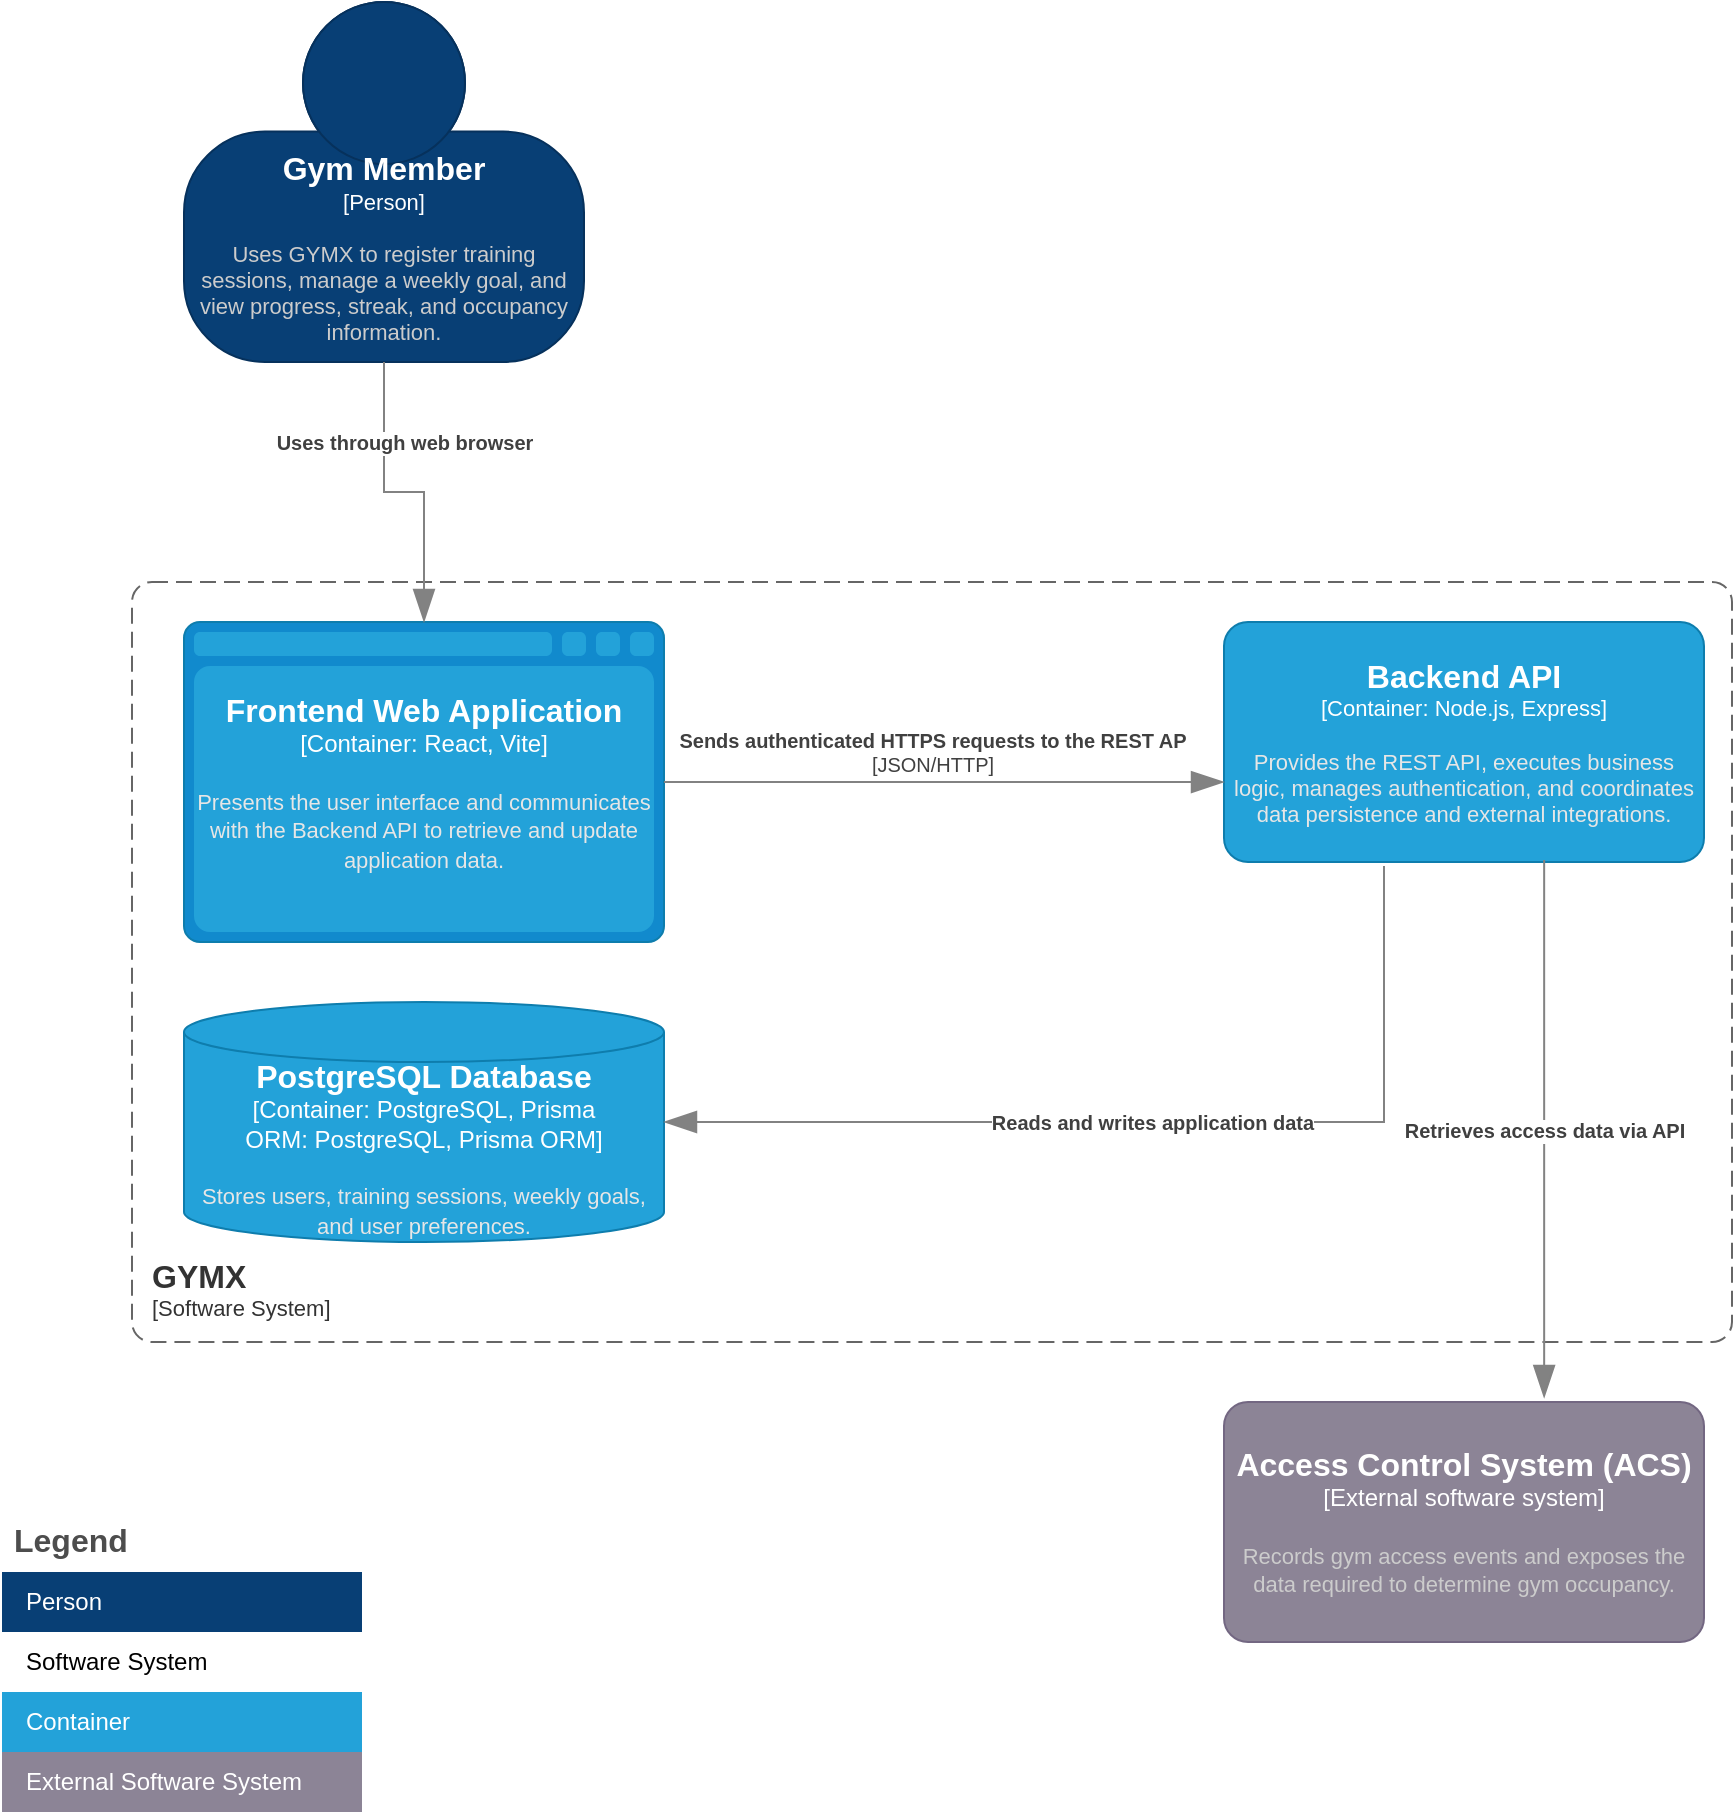
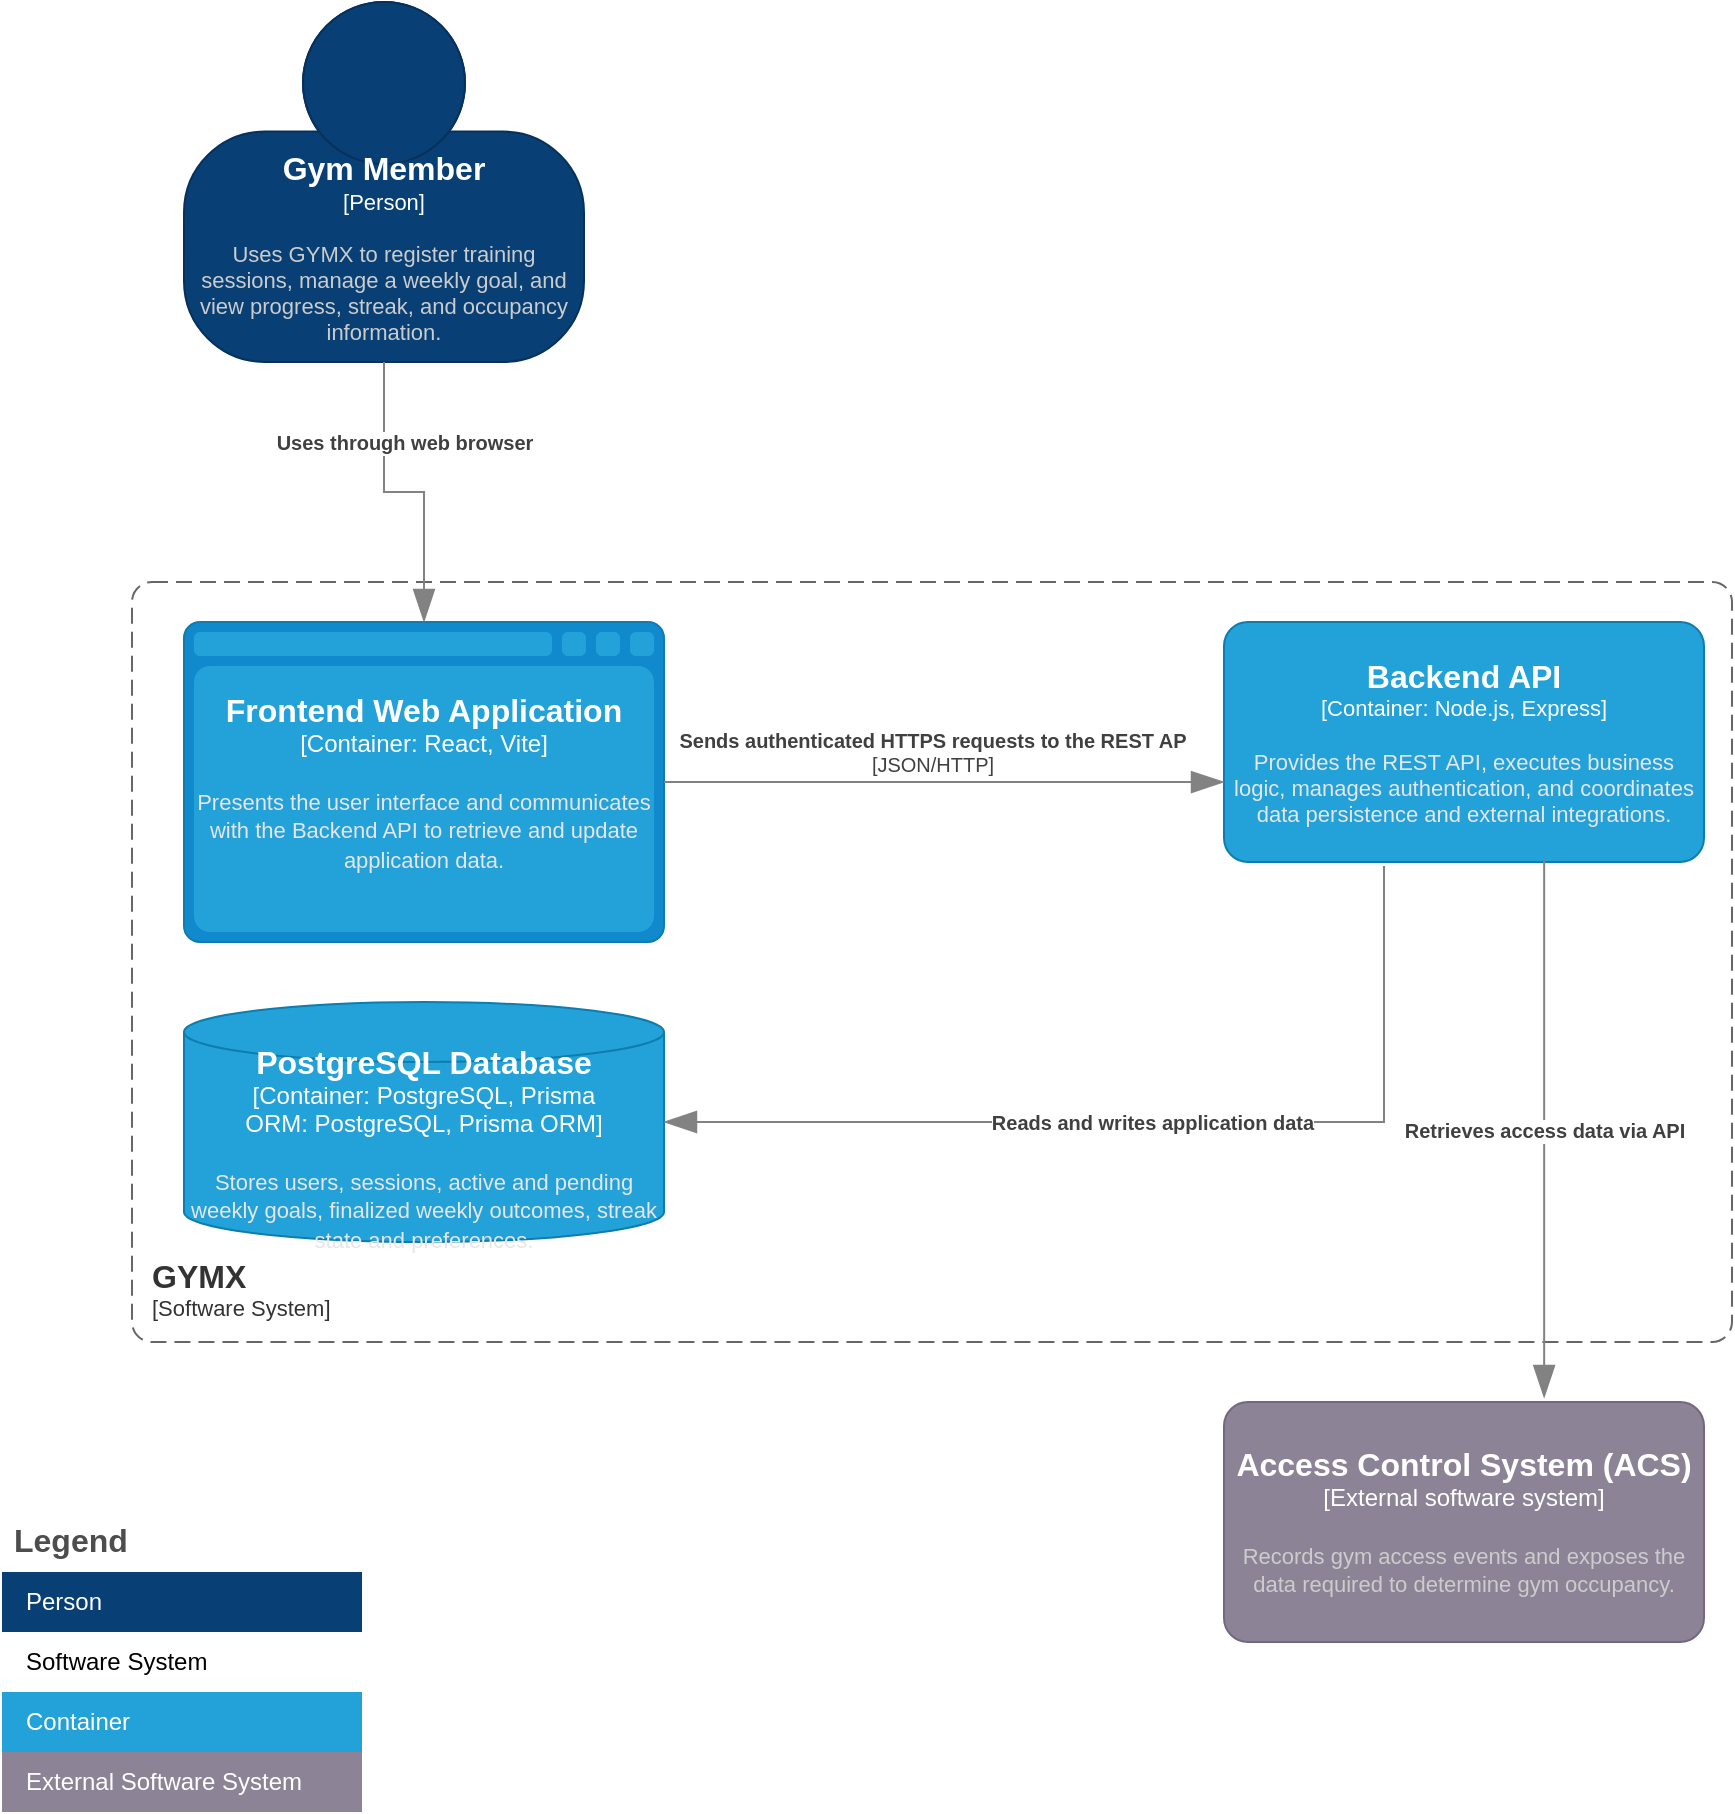
<mxfile host="app.diagrams.net">
  <diagram name="Page-1" id="XKWONsdx8lo_wznXeViM">
    <mxGraphModel dx="1230" dy="646" grid="1" gridSize="10" guides="1" tooltips="1" connect="1" arrows="1" fold="1" page="1" pageScale="1" pageWidth="250" pageHeight="250" math="0" shadow="0">
      <root>
        <mxCell id="0" />
        <mxCell id="1" parent="0" />
        <object placeholders="1" c4Name="Gym Member" c4Type="Person" c4Description="Uses GYMX to register training sessions, manage a weekly goal, and view progress, streak, and occupancy information." label="&lt;font style=&quot;font-size: 16px&quot;&gt;&lt;b&gt;%c4Name%&lt;/b&gt;&lt;/font&gt;&lt;div&gt;[%c4Type%]&lt;/div&gt;&lt;br&gt;&lt;div&gt;&lt;font style=&quot;font-size: 11px&quot;&gt;&lt;font color=&quot;#cccccc&quot;&gt;%c4Description%&lt;/font&gt;&lt;/div&gt;" id="qozkTbubKuyRoNpJqp4n-1">
          <mxCell parent="1" style="html=1;fontSize=11;dashed=0;whiteSpace=wrap;fillColor=#083F75;strokeColor=#06315C;fontColor=#ffffff;shape=mxgraph.c4.person2;align=center;metaEdit=1;points=[[0.5,0,0],[1,0.5,0],[1,0.75,0],[0.75,1,0],[0.5,1,0],[0.25,1,0],[0,0.75,0],[0,0.5,0]];resizable=0;" vertex="1">
            <mxGeometry height="180" width="200" x="126" y="55" as="geometry" />
          </mxCell>
        </object>
        <object placeholders="1" c4Name="GYMX" c4Type="SystemScopeBoundary" c4Application="Software System" label="&lt;font style=&quot;font-size: 16px&quot;&gt;&lt;b&gt;&lt;div style=&quot;text-align: left&quot;&gt;%c4Name%&lt;/div&gt;&lt;/b&gt;&lt;/font&gt;&lt;div style=&quot;text-align: left&quot;&gt;[%c4Application%]&lt;/div&gt;" id="qozkTbubKuyRoNpJqp4n-2">
          <mxCell parent="1" style="rounded=1;fontSize=11;whiteSpace=wrap;html=1;dashed=1;arcSize=20;fillColor=#FFFFFF;strokeColor=#666666;fontColor=#333333;labelBackgroundColor=none;align=left;verticalAlign=bottom;labelBorderColor=none;spacingTop=0;spacing=10;dashPattern=8 4;metaEdit=1;rotatable=0;perimeter=rectanglePerimeter;noLabel=0;labelPadding=0;allowArrows=0;connectable=0;expand=0;recursiveResize=0;editable=1;pointerEvents=0;absoluteArcSize=1;points=[[0.25,0,0],[0.5,0,0],[0.75,0,0],[1,0.25,0],[1,0.5,0],[1,0.75,0],[0.75,1,0],[0.5,1,0],[0.25,1,0],[0,0.75,0],[0,0.5,0],[0,0.25,0]];" vertex="1">
            <mxGeometry height="380" width="800" x="100" y="345" as="geometry" />
          </mxCell>
        </object>
        <object placeholders="1" c4Name="Frontend Web Application" c4Type="Container" c4Technology="React, Vite" c4Description="Presents the user interface and communicates with the Backend API to retrieve and update application data." label="&lt;font style=&quot;font-size: 16px&quot;&gt;&lt;b&gt;%c4Name%&lt;/b&gt;&lt;/font&gt;&lt;div&gt;[%c4Type%:&amp;nbsp;%c4Technology%]&lt;/div&gt;&lt;br&gt;&lt;div&gt;&lt;font style=&quot;font-size: 11px&quot;&gt;&lt;font color=&quot;#E6E6E6&quot;&gt;%c4Description%&lt;/font&gt;&lt;/div&gt;" id="qozkTbubKuyRoNpJqp4n-3">
          <mxCell parent="1" style="shape=mxgraph.c4.webBrowserContainer2;whiteSpace=wrap;html=1;boundedLbl=1;rounded=0;labelBackgroundColor=none;strokeColor=#118ACD;fillColor=#23A2D9;strokeColor=#118ACD;strokeColor2=#0E7DAD;fontSize=12;fontColor=#ffffff;align=center;metaEdit=1;points=[[0.5,0,0],[1,0.25,0],[1,0.5,0],[1,0.75,0],[0.5,1,0],[0,0.75,0],[0,0.5,0],[0,0.25,0]];resizable=0;" vertex="1">
            <mxGeometry height="160" width="240" x="126" y="365" as="geometry" />
          </mxCell>
        </object>
        <object c4Name="Backend API" c4Type="Container" c4Technology="Node.js, Express" c4Description="Provides the REST API, executes business logic, manages authentication, and coordinates data persistence and external integrations." label="&lt;font style=&quot;font-size: 16px&quot;&gt;&lt;b&gt;%c4Name%&lt;/b&gt;&lt;/font&gt;&lt;div&gt;[%c4Type%: %c4Technology%]&lt;/div&gt;&lt;br&gt;&lt;div&gt;&lt;font style=&quot;font-size: 11px&quot;&gt;&lt;font color=&quot;#E6E6E6&quot;&gt;%c4Description%&lt;/font&gt;&lt;/div&gt;" placeholders="1" id="qozkTbubKuyRoNpJqp4n-4">
          <mxCell parent="1" style="rounded=1;whiteSpace=wrap;html=1;fontSize=11;labelBackgroundColor=none;fillColor=#23A2D9;fontColor=#ffffff;align=center;arcSize=10;strokeColor=#0E7DAD;metaEdit=1;resizable=0;points=[[0.25,0,0],[0.5,0,0],[0.75,0,0],[1,0.25,0],[1,0.5,0],[1,0.75,0],[0.75,1,0],[0.5,1,0],[0.25,1,0],[0,0.75,0],[0,0.5,0],[0,0.25,0]];" vertex="1">
            <mxGeometry height="120" width="240" x="646" y="365" as="geometry" />
          </mxCell>
        </object>
-         <object placeholders="1" c4Name="PostgreSQL Database" c4Type="Container: PostgreSQL, Prisma ORM" c4Technology="PostgreSQL, Prisma ORM" c4Description="Stores users, training sessions, weekly goals, and user preferences." label="&lt;font style=&quot;font-size: 16px&quot;&gt;&lt;b&gt;%c4Name%&lt;/b&gt;&lt;/font&gt;&lt;div&gt;[%c4Type%:&amp;nbsp;%c4Technology%]&lt;/div&gt;&lt;br&gt;&lt;div&gt;&lt;font style=&quot;font-size: 11px&quot;&gt;&lt;font color=&quot;#E6E6E6&quot;&gt;%c4Description%&lt;/font&gt;&lt;/div&gt;" id="qozkTbubKuyRoNpJqp4n-5">
+         <object placeholders="1" c4Name="PostgreSQL Database" c4Type="Container: PostgreSQL, Prisma ORM" c4Technology="PostgreSQL, Prisma ORM" c4Description="Stores users, sessions, active and pending weekly goals, finalized weekly outcomes, streak state and preferences." label="&lt;font style=&quot;font-size: 16px&quot;&gt;&lt;b&gt;%c4Name%&lt;/b&gt;&lt;/font&gt;&lt;div&gt;[%c4Type%:&amp;nbsp;%c4Technology%]&lt;/div&gt;&lt;br&gt;&lt;div&gt;&lt;font style=&quot;font-size: 11px&quot;&gt;&lt;font color=&quot;#E6E6E6&quot;&gt;%c4Description%&lt;/font&gt;&lt;/div&gt;" id="qozkTbubKuyRoNpJqp4n-5">
          <mxCell parent="1" style="shape=cylinder3;size=15;whiteSpace=wrap;html=1;boundedLbl=1;rounded=0;labelBackgroundColor=none;fillColor=#23A2D9;fontSize=12;fontColor=#ffffff;align=center;strokeColor=#0E7DAD;metaEdit=1;points=[[0.5,0,0],[1,0.25,0],[1,0.5,0],[1,0.75,0],[0.5,1,0],[0,0.75,0],[0,0.5,0],[0,0.25,0]];resizable=0;" vertex="1">
            <mxGeometry height="120" width="240" x="126" y="555" as="geometry" />
          </mxCell>
        </object>
        <object placeholders="1" c4Type="Relationship" c4Technology="JSON/HTTP" c4Description="Sends authenticated HTTPS requests to the REST AP" label="&lt;div style=&quot;text-align: left&quot;&gt;&lt;div style=&quot;text-align: center&quot;&gt;&lt;b&gt;%c4Description%&lt;/b&gt;&lt;/div&gt;&lt;div style=&quot;text-align: center&quot;&gt;[%c4Technology%]&lt;/div&gt;&lt;/div&gt;" id="qozkTbubKuyRoNpJqp4n-8">
          <mxCell edge="1" parent="1" source="qozkTbubKuyRoNpJqp4n-3" style="endArrow=blockThin;html=1;fontSize=10;fontColor=#404040;strokeWidth=1;endFill=1;strokeColor=#828282;elbow=vertical;metaEdit=1;endSize=14;startSize=14;jumpStyle=arc;jumpSize=16;rounded=0;edgeStyle=orthogonalEdgeStyle;exitX=1;exitY=0.5;exitDx=0;exitDy=0;exitPerimeter=0;">
            <mxGeometry relative="1" width="240" x="-0.0429" y="15" as="geometry">
              <mxPoint as="offset" />
              <mxPoint x="376" y="505" as="sourcePoint" />
              <mxPoint x="646" y="445.04" as="targetPoint" />
            </mxGeometry>
          </mxCell>
        </object>
        <object placeholders="1" c4Type="Relationship" c4Description="Uses through web browser" label="&lt;div style=&quot;text-align: left&quot;&gt;&lt;div style=&quot;text-align: center&quot;&gt;&lt;b&gt;%c4Description%&lt;/b&gt;&lt;/div&gt;" id="qozkTbubKuyRoNpJqp4n-10">
          <mxCell edge="1" parent="1" source="qozkTbubKuyRoNpJqp4n-1" style="endArrow=blockThin;html=1;fontSize=10;fontColor=#404040;strokeWidth=1;endFill=1;strokeColor=#828282;elbow=vertical;metaEdit=1;endSize=14;startSize=14;jumpStyle=arc;jumpSize=16;rounded=0;edgeStyle=orthogonalEdgeStyle;exitX=0.5;exitY=1;exitDx=0;exitDy=0;exitPerimeter=0;entryX=0.5;entryY=0;entryDx=0;entryDy=0;entryPerimeter=0;" target="qozkTbubKuyRoNpJqp4n-3">
            <mxGeometry relative="1" width="240" x="-0.4667" y="10" as="geometry">
              <mxPoint as="offset" />
              <Array as="points" />
              <mxPoint x="376" y="315" as="sourcePoint" />
              <mxPoint x="286.08000000000004" y="365" as="targetPoint" />
            </mxGeometry>
          </mxCell>
        </object>
        <object placeholders="1" c4Type="Relationship" c4Description="Reads and writes application data" label="&lt;div style=&quot;text-align: left&quot;&gt;&lt;div style=&quot;text-align: center&quot;&gt;&lt;b&gt;%c4Description%&lt;/b&gt;&lt;/div&gt;" id="qozkTbubKuyRoNpJqp4n-13">
          <mxCell edge="1" parent="1" style="endArrow=blockThin;html=1;fontSize=10;fontColor=#404040;strokeWidth=1;endFill=1;strokeColor=#828282;elbow=vertical;metaEdit=1;endSize=14;startSize=14;jumpStyle=arc;jumpSize=16;rounded=0;edgeStyle=orthogonalEdgeStyle;entryX=1;entryY=0.5;entryDx=0;entryDy=0;entryPerimeter=0;" target="qozkTbubKuyRoNpJqp4n-5">
            <mxGeometry relative="1" width="240" x="0.0015" as="geometry">
              <mxPoint as="offset" />
              <Array as="points">
                <mxPoint x="726" y="615" />
              </Array>
              <mxPoint x="726" y="487" as="sourcePoint" />
              <mxPoint x="616" y="505" as="targetPoint" />
            </mxGeometry>
          </mxCell>
        </object>
        <object placeholders="1" c4Name="Access Control System (ACS)" c4Type="External software system" c4Description="Records gym access events and exposes the data required to determine gym occupancy." label="&lt;font style=&quot;font-size: 16px&quot;&gt;&lt;b&gt;%c4Name%&lt;/b&gt;&lt;/font&gt;&lt;div&gt;[%c4Type%]&lt;/div&gt;&lt;br&gt;&lt;div&gt;&lt;font style=&quot;font-size: 11px&quot;&gt;&lt;font color=&quot;#cccccc&quot;&gt;%c4Description%&lt;/font&gt;&lt;/div&gt;" id="qozkTbubKuyRoNpJqp4n-14">
          <mxCell parent="1" style="rounded=1;whiteSpace=wrap;html=1;labelBackgroundColor=none;fillColor=#8C8496;fontColor=#ffffff;align=center;arcSize=10;strokeColor=#736782;metaEdit=1;resizable=0;points=[[0.25,0,0],[0.5,0,0],[0.75,0,0],[1,0.25,0],[1,0.5,0],[1,0.75,0],[0.75,1,0],[0.5,1,0],[0.25,1,0],[0,0.75,0],[0,0.5,0],[0,0.25,0]];" vertex="1">
            <mxGeometry height="120" width="240" x="646" y="755" as="geometry" />
          </mxCell>
        </object>
        <object placeholders="1" c4Type="Relationship" c4Description="Retrieves access data via API" label="&lt;div style=&quot;text-align: left&quot;&gt;&lt;div style=&quot;text-align: center&quot;&gt;&lt;b&gt;%c4Description%&lt;/b&gt;&lt;/div&gt;" id="qozkTbubKuyRoNpJqp4n-15">
          <mxCell edge="1" parent="1" source="qozkTbubKuyRoNpJqp4n-4" style="endArrow=blockThin;html=1;fontSize=10;fontColor=#404040;strokeWidth=1;endFill=1;strokeColor=#828282;elbow=vertical;metaEdit=1;endSize=14;startSize=14;jumpStyle=arc;jumpSize=16;rounded=0;edgeStyle=orthogonalEdgeStyle;exitX=0.667;exitY=0.992;exitDx=0;exitDy=0;exitPerimeter=0;entryX=0.667;entryY=-0.017;entryDx=0;entryDy=0;entryPerimeter=0;" target="qozkTbubKuyRoNpJqp4n-14">
            <mxGeometry relative="1" width="240" as="geometry">
              <mxPoint x="376" y="605" as="sourcePoint" />
              <mxPoint x="616" y="605" as="targetPoint" />
            </mxGeometry>
          </mxCell>
        </object>
        <mxCell id="qozkTbubKuyRoNpJqp4n-16" parent="1" style="shape=table;startSize=30;container=1;collapsible=0;childLayout=tableLayout;fontSize=16;align=left;verticalAlign=top;fillColor=none;strokeColor=none;fontColor=#4D4D4D;fontStyle=1;spacingLeft=6;spacing=0;resizable=0;dashed=1;dashPattern=8 8;" value="Legend" vertex="1">
          <mxGeometry height="150" width="180" x="35" y="810" as="geometry" />
        </mxCell>
        <mxCell id="qozkTbubKuyRoNpJqp4n-17" parent="qozkTbubKuyRoNpJqp4n-16" style="shape=tableRow;horizontal=0;startSize=0;swimlaneHead=0;swimlaneBody=0;strokeColor=inherit;top=0;left=0;bottom=0;right=0;collapsible=0;dropTarget=0;fillColor=none;points=[[0,0.5],[1,0.5]];portConstraint=eastwest;fontSize=12;" value="" vertex="1">
          <mxGeometry height="30" width="180" y="30" as="geometry" />
        </mxCell>
        <mxCell id="qozkTbubKuyRoNpJqp4n-18" parent="qozkTbubKuyRoNpJqp4n-17" style="shape=partialRectangle;html=1;whiteSpace=wrap;connectable=0;strokeColor=inherit;overflow=hidden;fillColor=#083F75;top=0;left=0;bottom=0;right=0;pointerEvents=1;fontSize=12;align=left;fontColor=#FFFFFF;gradientColor=none;spacingLeft=10;spacingRight=4;" value="Person" vertex="1">
          <mxGeometry height="30" width="180" as="geometry">
            <mxRectangle height="30" width="180" as="alternateBounds" />
          </mxGeometry>
        </mxCell>
        <mxCell id="qozkTbubKuyRoNpJqp4n-19" parent="qozkTbubKuyRoNpJqp4n-16" style="shape=tableRow;horizontal=0;startSize=0;swimlaneHead=0;swimlaneBody=0;strokeColor=inherit;top=0;left=0;bottom=0;right=0;collapsible=0;dropTarget=0;fillColor=none;points=[[0,0.5],[1,0.5]];portConstraint=eastwest;fontSize=12;" value="" vertex="1">
          <mxGeometry height="30" width="180" y="60" as="geometry" />
        </mxCell>
        <mxCell id="qozkTbubKuyRoNpJqp4n-20" parent="qozkTbubKuyRoNpJqp4n-19" style="shape=partialRectangle;html=1;whiteSpace=wrap;connectable=0;overflow=hidden;top=0;left=0;bottom=0;right=0;pointerEvents=1;fontSize=12;align=left;spacingLeft=10;spacingRight=4;dashed=1;dashPattern=8 8;perimeterSpacing=2;" value="Software System" vertex="1">
          <mxGeometry height="30" width="180" as="geometry">
            <mxRectangle height="30" width="180" as="alternateBounds" />
          </mxGeometry>
        </mxCell>
        <mxCell id="qozkTbubKuyRoNpJqp4n-21" parent="qozkTbubKuyRoNpJqp4n-16" style="shape=tableRow;horizontal=0;startSize=0;swimlaneHead=0;swimlaneBody=0;strokeColor=inherit;top=0;left=0;bottom=0;right=0;collapsible=0;dropTarget=0;fillColor=none;points=[[0,0.5],[1,0.5]];portConstraint=eastwest;fontSize=12;" value="" vertex="1">
          <mxGeometry height="30" width="180" y="90" as="geometry" />
        </mxCell>
        <mxCell id="qozkTbubKuyRoNpJqp4n-22" parent="qozkTbubKuyRoNpJqp4n-21" style="shape=partialRectangle;html=1;whiteSpace=wrap;connectable=0;strokeColor=inherit;overflow=hidden;fillColor=#23A2D9;top=0;left=0;bottom=0;right=0;pointerEvents=1;fontSize=12;align=left;fontColor=#FFFFFF;gradientColor=none;spacingLeft=10;spacingRight=4;" value="Container" vertex="1">
          <mxGeometry height="30" width="180" as="geometry">
            <mxRectangle height="30" width="180" as="alternateBounds" />
          </mxGeometry>
        </mxCell>
        <mxCell id="qozkTbubKuyRoNpJqp4n-27" parent="qozkTbubKuyRoNpJqp4n-16" style="shape=tableRow;horizontal=0;startSize=0;swimlaneHead=0;swimlaneBody=0;strokeColor=inherit;top=0;left=0;bottom=0;right=0;collapsible=0;dropTarget=0;fillColor=none;points=[[0,0.5],[1,0.5]];portConstraint=eastwest;fontSize=12;" value="" vertex="1">
          <mxGeometry height="30" width="180" y="120" as="geometry" />
        </mxCell>
        <mxCell id="qozkTbubKuyRoNpJqp4n-28" parent="qozkTbubKuyRoNpJqp4n-27" style="shape=partialRectangle;html=1;whiteSpace=wrap;connectable=0;strokeColor=inherit;overflow=hidden;fillColor=#8C8496;top=0;left=0;bottom=0;right=0;pointerEvents=1;fontSize=12;align=left;fontColor=#FFFFFF;gradientColor=none;spacingLeft=10;spacingRight=4;" value="External Software System" vertex="1">
          <mxGeometry height="30" width="180" as="geometry">
            <mxRectangle height="30" width="180" as="alternateBounds" />
          </mxGeometry>
        </mxCell>
      </root>
    </mxGraphModel>
  </diagram>
</mxfile>
